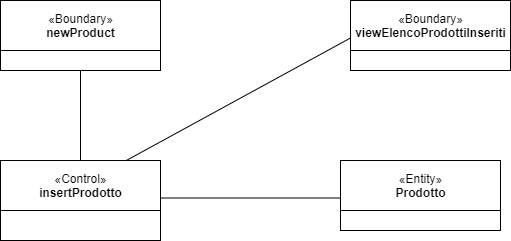
Above: Object&SequenceDiagram/OD_6.png in Ciro-Fusco/NewDM (draw.io), before the change. Source tidied: cells renumbered, new cells last; positions are measured from the earlier drawing's top-left corner, leaving out a move shared by most shapes.
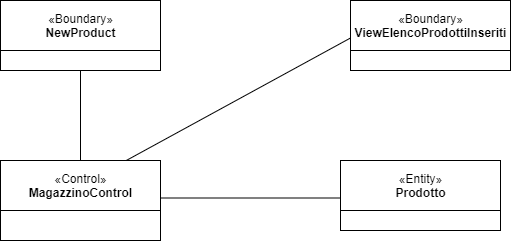
After the commit.

The edit, as a diff of the source:
```diff
@@ -2,10 +2,10 @@
   <root>
     <mxCell id="0" />
     <mxCell id="1" parent="0" />
-    <mxCell id="2" value="«Boundary»&lt;br&gt;&lt;b&gt;newProduct&lt;/b&gt;" style="html=1;" parent="1" vertex="1">
+    <mxCell id="2" value="«Boundary»&lt;br&gt;&lt;b&gt;NewProduct&lt;/b&gt;" style="html=1;" parent="1" vertex="1">
       <mxGeometry width="160" height="50" as="geometry" />
     </mxCell>
-    <mxCell id="3" value="«Control»&lt;br&gt;&lt;b&gt;insertProdotto&lt;/b&gt;" style="html=1;" parent="1" vertex="1">
+    <mxCell id="3" value="«Control»&lt;br&gt;&lt;b&gt;MagazzinoControl&lt;/b&gt;" style="html=1;" parent="1" vertex="1">
       <mxGeometry y="160" width="160" height="50" as="geometry" />
     </mxCell>
     <mxCell id="4" style="endArrow=none;html=1;exitX=0.5;exitY=0;exitDx=0;exitDy=0;" parent="1" edge="1" source="3" target="5">
@@ -26,7 +26,7 @@
     <mxCell id="9" style="html=1;align=left;" parent="1" vertex="1">
       <mxGeometry y="210" width="160" height="30" as="geometry" />
     </mxCell>
-    <mxCell id="10" value="«Boundary»&lt;br&gt;&lt;b&gt;viewElencoProdottiInseriti&lt;/b&gt;" style="html=1;" parent="1" vertex="1">
+    <mxCell id="10" value="«Boundary»&lt;br&gt;&lt;b&gt;ViewElencoProdottiInseriti&lt;/b&gt;" style="html=1;" parent="1" vertex="1">
       <mxGeometry x="350" width="160" height="50" as="geometry" />
     </mxCell>
     <mxCell id="11" style="html=1;" parent="1" vertex="1">
```
